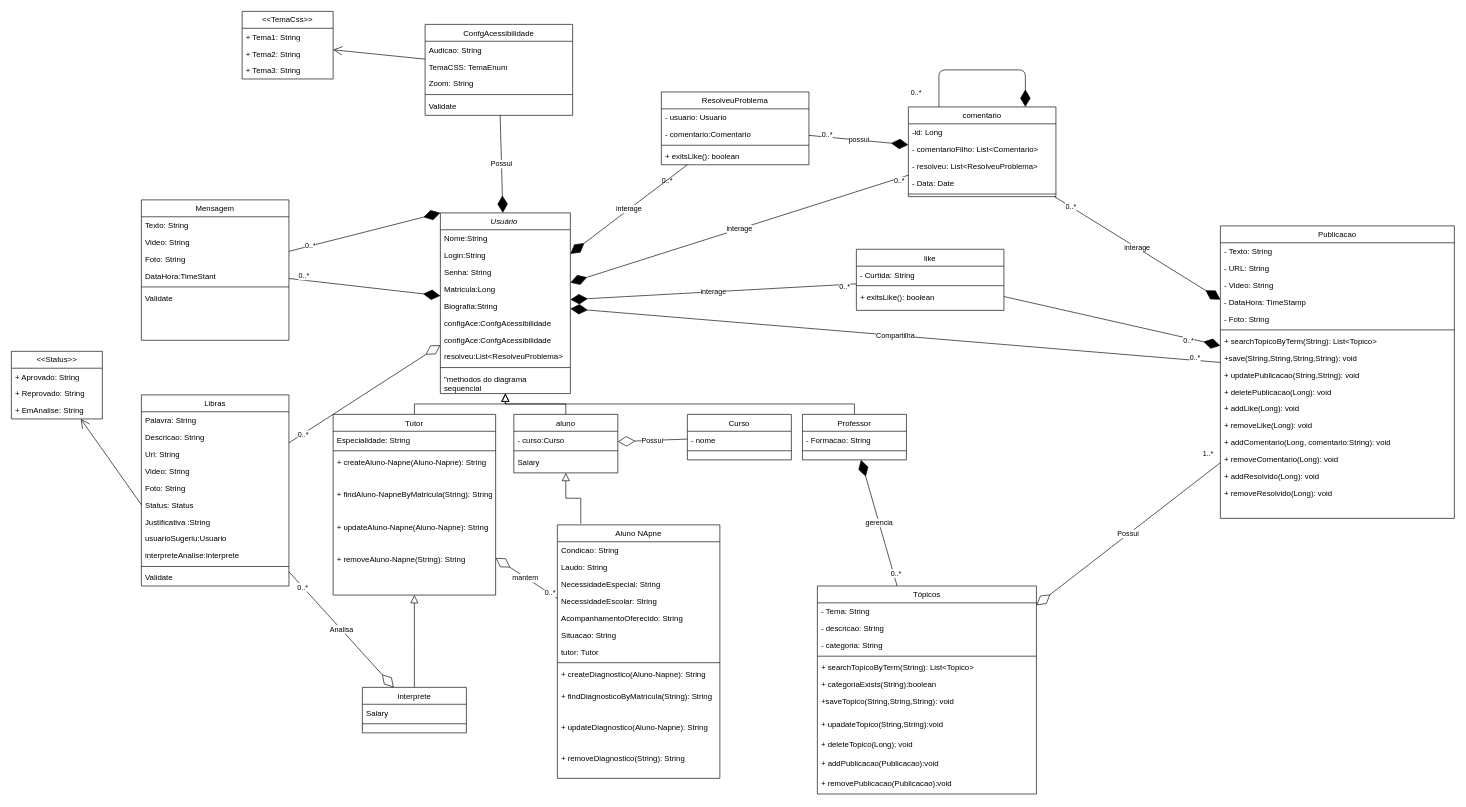
This is If Coders. diagrama de classe.drawio from Pedro-jferreira/IFInclusivo-API, a draw.io file, before an edit. Source tidied: cells renumbered, new cells numbered last; positions are measured from the earlier drawing's top-left corner, leaving out a move shared by most shapes. Both pictures are drawn from the tidied source at 65%, with x=0, y=0 at pixel (11, 11).
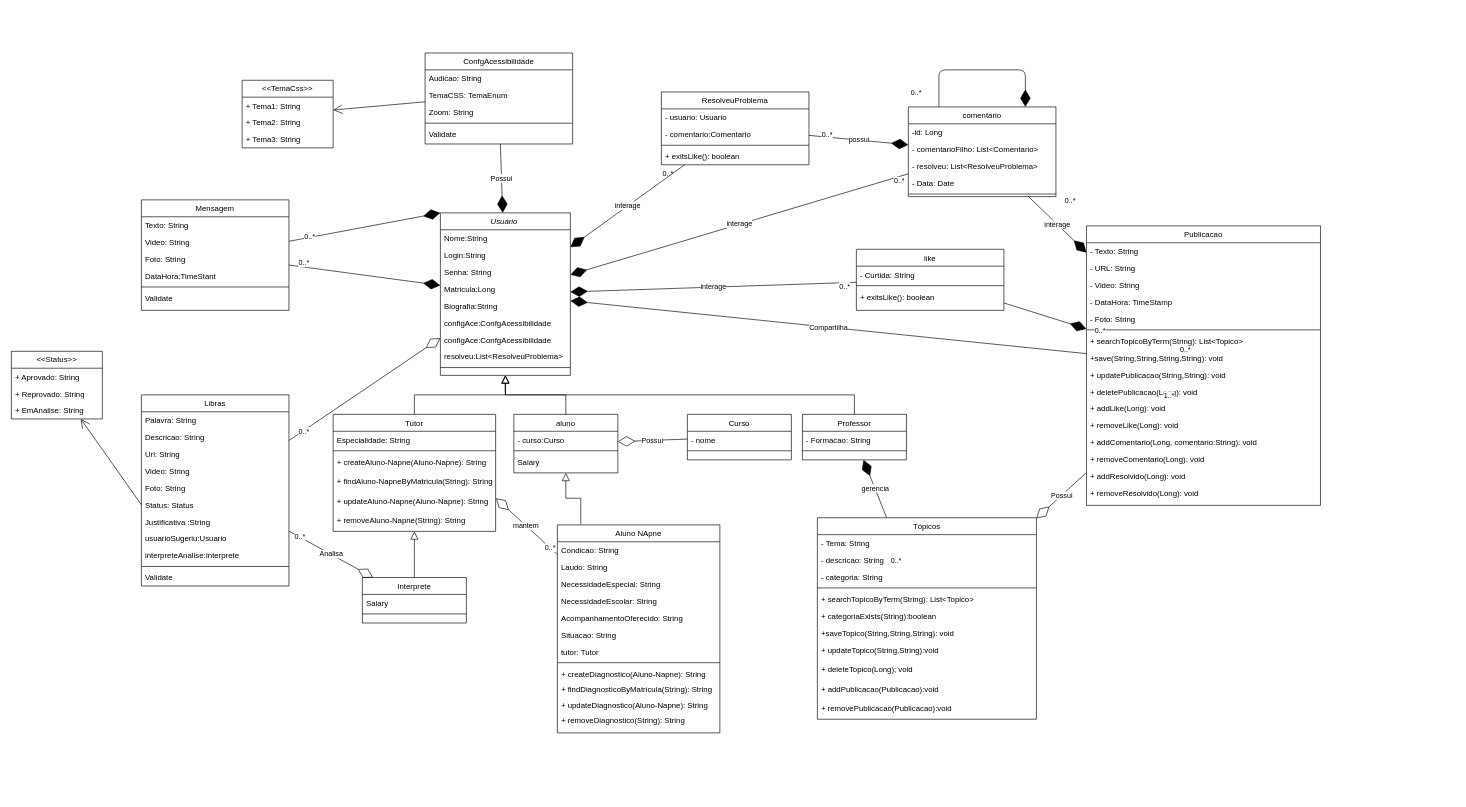
The same page after the edit.

What changed in the source:
```diff
@@
     <mxCell id="2" value="Usuário " style="swimlane;fontStyle=2;align=center;verticalAlign=top;horizontal=1;startSize=26;rounded=0;shadow=0;strokeWidth=1;" parent="1" vertex="1">
-      <mxGeometry x="660" y="310" width="200" height="278" as="geometry" />
+      <mxGeometry x="660" y="310" width="200" height="250" as="geometry" />
     </mxCell>
@@
-    <mxCell id="12" value="&quot;methodos do diagrama &#10;sequencial" style="text;align=left;verticalAlign=top;spacingLeft=4;spacingRight=4;overflow=hidden;rounded=0;shadow=0;html=0;" parent="2" vertex="1">
-      <mxGeometry y="242" width="200" height="36" as="geometry" />
-    </mxCell>
@@
     <mxCell id="27" value="Interprete" style="swimlane;fontStyle=0;align=center;verticalAlign=top;horizontal=1;startSize=26;rounded=0;shadow=0;strokeWidth=1;" parent="1" vertex="1">
-      <mxGeometry x="540" y="1040" width="160" height="70" as="geometry" />
+      <mxGeometry x="540" y="871" width="160" height="70" as="geometry" />
     </mxCell>
@@
     <mxCell id="43" value="Mensagem" style="swimlane;fontStyle=0;align=center;verticalAlign=top;horizontal=1;startSize=26;rounded=0;shadow=0;strokeWidth=1;" parent="1" vertex="1">
-      <mxGeometry x="200" y="290" width="227" height="216" as="geometry" />
+      <mxGeometry x="200" y="290" width="227" height="170" as="geometry" />
     </mxCell>
@@
     <mxCell id="50" value="ConfgAcessibilidade" style="swimlane;fontStyle=0;align=center;verticalAlign=top;horizontal=1;startSize=26;rounded=0;shadow=0;strokeWidth=1;" parent="1" vertex="1">
-      <mxGeometry x="636.5" y="20" width="227" height="140" as="geometry" />
+      <mxGeometry x="636.5" y="64" width="227" height="140" as="geometry" />
     </mxCell>
@@
     <mxCell id="56" value="&amp;lt;&amp;lt;TemaCss&amp;gt;&amp;gt;" style="swimlane;fontStyle=0;horizontal=1;startSize=26;fillColor=none;whiteSpace=wrap;html=1;" parent="1" vertex="1">
-      <mxGeometry x="355" width="140" height="104" as="geometry" />
+      <mxGeometry x="355" y="106" width="140" height="104" as="geometry" />
     </mxCell>
@@
     <mxCell id="60" value="Publicacao" style="swimlane;fontStyle=0;align=center;verticalAlign=top;horizontal=1;startSize=26;rounded=0;shadow=0;strokeWidth=1;" parent="1" vertex="1">
-      <mxGeometry x="1860" y="330" width="360" height="450" as="geometry" />
+      <mxGeometry x="1654" y="330" width="360" height="430" as="geometry" />
     </mxCell>
@@
     <mxCell id="77" value="Tópicos" style="swimlane;fontStyle=0;align=center;verticalAlign=top;horizontal=1;startSize=26;rounded=0;shadow=0;strokeWidth=1;" parent="1" vertex="1">
-      <mxGeometry x="1240" y="884" width="337" height="320" as="geometry" />
+      <mxGeometry x="1240" y="779" width="337" height="310" as="geometry" />
     </mxCell>
@@
     <mxCell id="84" value="+saveTopico(String,String,String): void" style="text;align=left;verticalAlign=top;spacingLeft=4;spacingRight=4;overflow=hidden;" parent="77" vertex="1">
-      <mxGeometry y="164" width="337" height="36" as="geometry" />
+      <mxGeometry y="164" width="337" height="26" as="geometry" />
     </mxCell>
-    <mxCell id="85" value="+ upadateTopico(String,String):void" style="text;align=left;verticalAlign=top;spacingLeft=4;spacingRight=4;overflow=hidden;" parent="77" vertex="1">
-      <mxGeometry y="200" width="337" height="30" as="geometry" />
+    <mxCell id="85" value="+ updateTopico(String,String):void" style="text;align=left;verticalAlign=top;spacingLeft=4;spacingRight=4;overflow=hidden;" parent="77" vertex="1">
+      <mxGeometry y="190" width="337" height="30" as="geometry" />
     </mxCell>
     <mxCell id="86" value="+ deleteTopico(Long); void" style="text;align=left;verticalAlign=top;spacingLeft=4;spacingRight=4;overflow=hidden;" parent="77" vertex="1">
-      <mxGeometry y="230" width="337" height="30" as="geometry" />
+      <mxGeometry y="220" width="337" height="30" as="geometry" />
     </mxCell>
     <mxCell id="87" value="+ addPublicacao(Publicacao):void " style="text;align=left;verticalAlign=top;spacingLeft=4;spacingRight=4;overflow=hidden;" parent="77" vertex="1">
-      <mxGeometry y="260" width="337" height="30" as="geometry" />
+      <mxGeometry y="250" width="337" height="30" as="geometry" />
     </mxCell>
     <mxCell id="88" value="+ removePublicacao(Publicacao):void" style="text;align=left;verticalAlign=top;spacingLeft=4;spacingRight=4;overflow=hidden;" parent="77" vertex="1">
-      <mxGeometry y="290" width="337" height="30" as="geometry" />
+      <mxGeometry y="280" width="337" height="30" as="geometry" />
     </mxCell>
@@
-    <mxCell id="108" value="mantem&amp;nbsp;" style="endArrow=diamondThin;endFill=0;endSize=24;html=1;rounded=0;" parent="1" edge="1" source="118" target="133">
+    <mxCell id="108" value="mantem&amp;nbsp;" style="endArrow=diamondThin;endFill=0;endSize=24;html=1;rounded=0;entryX=1.002;entryY=0.3;entryDx=0;entryDy=0;entryPerimeter=0;" parent="1" edge="1" source="118" target="140">
       <mxGeometry relative="1" as="geometry" />
     </mxCell>
@@
     <mxCell id="118" value="Aluno NApne" style="swimlane;fontStyle=0;align=center;verticalAlign=top;horizontal=1;startSize=26;rounded=0;shadow=0;strokeWidth=1;" parent="1" vertex="1">
-      <mxGeometry x="840" y="790" width="250" height="390" as="geometry" />
+      <mxGeometry x="840" y="790" width="250" height="320" as="geometry" />
     </mxCell>
@@
     <mxCell id="127" value="+ createDiagnostico(Aluno-Napne): String&#10;" style="text;align=left;verticalAlign=top;spacingLeft=4;spacingRight=4;overflow=hidden;" parent="118" vertex="1">
-      <mxGeometry y="216" width="250" height="34" as="geometry" />
+      <mxGeometry y="216" width="250" height="24" as="geometry" />
     </mxCell>
     <mxCell id="128" value="+ findDiagnosticoByMatricula(String): String&#10;" style="text;align=left;verticalAlign=top;spacingLeft=4;spacingRight=4;overflow=hidden;" parent="118" vertex="1">
-      <mxGeometry y="250" width="250" height="24" as="geometry" />
+      <mxGeometry y="240" width="250" height="24" as="geometry" />
     </mxCell>
-    <mxCell id="129" value="&#10;" style="text;align=left;verticalAlign=top;spacingLeft=4;spacingRight=4;overflow=hidden;" parent="118" vertex="1">
-      <mxGeometry y="274" width="250" height="24" as="geometry" />
-    </mxCell>
     <mxCell id="130" value="+ updateDiagnostico(Aluno-Napne): String&#10;" style="text;align=left;verticalAlign=top;spacingLeft=4;spacingRight=4;overflow=hidden;" parent="118" vertex="1">
-      <mxGeometry y="298" width="250" height="24" as="geometry" />
+      <mxGeometry y="264" width="250" height="24" as="geometry" />
     </mxCell>
-    <mxCell id="131" value="&#10;" style="text;align=left;verticalAlign=top;spacingLeft=4;spacingRight=4;overflow=hidden;" parent="118" vertex="1">
-      <mxGeometry y="322" width="250" height="24" as="geometry" />
-    </mxCell>
     <mxCell id="132" value="+ removeDiagnostico(String): String&#10;" style="text;align=left;verticalAlign=top;spacingLeft=4;spacingRight=4;overflow=hidden;" parent="118" vertex="1">
-      <mxGeometry y="346" width="250" height="24" as="geometry" />
+      <mxGeometry y="288" width="250" height="24" as="geometry" />
     </mxCell>
     <mxCell id="133" value="Tutor" style="swimlane;fontStyle=0;align=center;verticalAlign=top;horizontal=1;startSize=26;rounded=0;shadow=0;strokeWidth=1;" parent="1" vertex="1">
-      <mxGeometry x="495" y="620" width="250" height="278" as="geometry" />
+      <mxGeometry x="495" y="620" width="250" height="180" as="geometry" />
     </mxCell>
@@
     <mxCell id="136" value="+ createAluno-Napne(Aluno-Napne): String&#10;" style="text;align=left;verticalAlign=top;spacingLeft=4;spacingRight=4;overflow=hidden;" parent="133" vertex="1">
-      <mxGeometry y="60" width="250" height="34" as="geometry" />
+      <mxGeometry y="60" width="250" height="30" as="geometry" />
     </mxCell>
-    <mxCell id="137" value="&#10;" style="text;align=left;verticalAlign=top;spacingLeft=4;spacingRight=4;overflow=hidden;" parent="133" vertex="1">
-      <mxGeometry y="94" width="250" height="16" as="geometry" />
-    </mxCell>
     <mxCell id="138" value="+ findAluno-NapneByMatricula(String): String&#10;" style="text;align=left;verticalAlign=top;spacingLeft=4;spacingRight=4;overflow=hidden;" parent="133" vertex="1">
-      <mxGeometry y="110" width="250" height="34" as="geometry" />
+      <mxGeometry y="90" width="250" height="30" as="geometry" />
     </mxCell>
-    <mxCell id="139" value="&#10;" style="text;align=left;verticalAlign=top;spacingLeft=4;spacingRight=4;overflow=hidden;" parent="133" vertex="1">
-      <mxGeometry y="144" width="250" height="16" as="geometry" />
-    </mxCell>
     <mxCell id="140" value="+ updateAluno-Napne(Aluno-Napne): String&#10;" style="text;align=left;verticalAlign=top;spacingLeft=4;spacingRight=4;overflow=hidden;points=[[0,0.5],[1,0.5]];portConstraint=eastwest;" parent="133" vertex="1">
-      <mxGeometry y="160" width="250" height="34" as="geometry" />
+      <mxGeometry y="120" width="250" height="30" as="geometry" />
     </mxCell>
-    <mxCell id="141" value="&#10;" style="text;align=left;verticalAlign=top;spacingLeft=4;spacingRight=4;overflow=hidden;" parent="133" vertex="1">
-      <mxGeometry y="194" width="250" height="16" as="geometry" />
-    </mxCell>
     <mxCell id="142" value="+ removeAluno-Napne(String): String&#10;" style="text;align=left;verticalAlign=top;spacingLeft=4;spacingRight=4;overflow=hidden;" parent="133" vertex="1">
-      <mxGeometry y="210" width="250" height="34" as="geometry" />
+      <mxGeometry y="150" width="250" height="30" as="geometry" />
     </mxCell>
```
